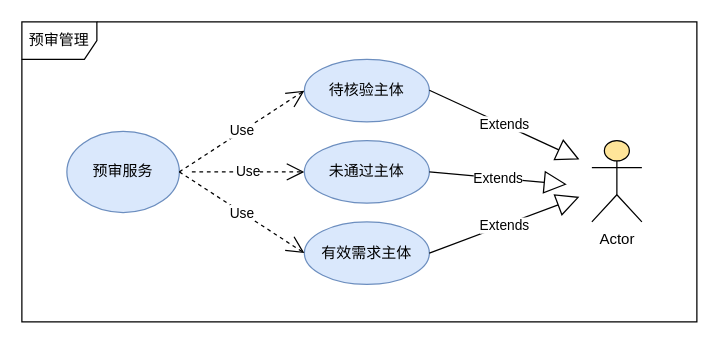
This is 预审管理.drawio from dancheng0/DrawioRepo, a draw.io file, before an edit. Source tidied: cells renumbered, new cells numbered last; positions are measured from the earlier drawing's top-left corner, leaving out a move shared by most shapes. Both pictures are drawn from the tidied source at 125%, with x=0, y=0 at pixel (21, 21).
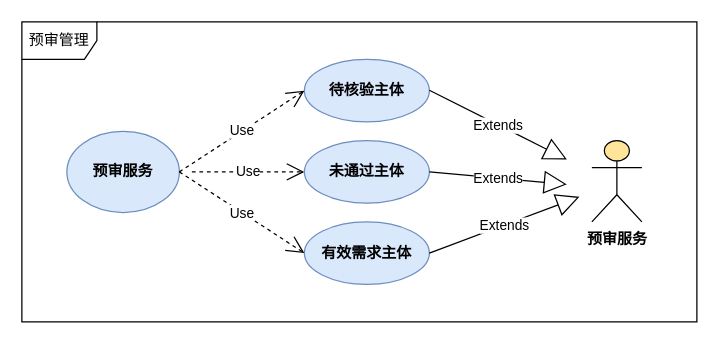
The same diagram, later.

Commit message (it also covers changes not shown here):
更新预审管理.drawio

Change to the diagram source:
```diff
@@
 <mxGraphModel>
   <root>
     <mxCell id="0" />
     <mxCell id="1" parent="0" />
     <mxCell id="2" value="预审管理" style="shape=umlFrame;whiteSpace=wrap;html=1;gradientColor=none;" parent="1" vertex="1">
       <mxGeometry width="540" height="240" as="geometry" />
     </mxCell>
-    <mxCell id="3" value="预审服务" style="ellipse;whiteSpace=wrap;html=1;fillColor=#dae8fc;strokeColor=#6c8ebf;" parent="1" vertex="1">
+    <mxCell id="3" value="&lt;b&gt;预审服务&lt;/b&gt;" style="ellipse;whiteSpace=wrap;html=1;fillColor=#dae8fc;strokeColor=#6c8ebf;" parent="1" vertex="1">
       <mxGeometry x="36" y="87.5" width="90" height="65" as="geometry" />
     </mxCell>
     <mxCell id="4" value="Use" style="endArrow=open;endSize=12;dashed=1;html=1;rounded=0;" parent="1" edge="1">
       <mxGeometry relative="1" as="geometry">
         <mxPoint x="136" y="120" as="sourcePoint" />
         <mxPoint x="226" y="120" as="targetPoint" />
       </mxGeometry>
     </mxCell>
-    <mxCell id="5" value="待核验主体" style="ellipse;whiteSpace=wrap;html=1;fillColor=#dae8fc;strokeColor=#6c8ebf;" parent="1" vertex="1">
+    <mxCell id="5" value="&lt;b&gt;待核验主体&lt;/b&gt;" style="ellipse;whiteSpace=wrap;html=1;fillColor=#dae8fc;strokeColor=#6c8ebf;" parent="1" vertex="1">
       <mxGeometry x="226" y="30" width="100" height="50" as="geometry" />
     </mxCell>
     <mxCell id="6" value="Use" style="endArrow=open;endSize=12;dashed=1;html=1;rounded=0;entryX=0;entryY=0.5;entryDx=0;entryDy=0;exitX=1;exitY=0.5;exitDx=0;exitDy=0;" parent="1" edge="1" source="3" target="5">
       <mxGeometry relative="1" as="geometry" />
     </mxCell>
-    <mxCell id="7" value="未通过主体" style="ellipse;whiteSpace=wrap;html=1;fillColor=#dae8fc;strokeColor=#6c8ebf;" parent="1" vertex="1">
+    <mxCell id="7" value="&lt;b&gt;未通过主体&lt;/b&gt;" style="ellipse;whiteSpace=wrap;html=1;fillColor=#dae8fc;strokeColor=#6c8ebf;" parent="1" vertex="1">
       <mxGeometry x="226" y="95" width="100" height="50" as="geometry" />
     </mxCell>
-    <mxCell id="8" value="有效需求主体" style="ellipse;whiteSpace=wrap;html=1;fillColor=#dae8fc;strokeColor=#6c8ebf;" parent="1" vertex="1">
+    <mxCell id="8" value="&lt;b&gt;有效需求主体&lt;/b&gt;" style="ellipse;whiteSpace=wrap;html=1;fillColor=#dae8fc;strokeColor=#6c8ebf;" parent="1" vertex="1">
       <mxGeometry x="226" y="160" width="100" height="50" as="geometry" />
     </mxCell>
     <mxCell id="9" value="Use" style="endArrow=open;endSize=12;dashed=1;html=1;rounded=0;exitX=1;exitY=0.5;exitDx=0;exitDy=0;entryX=0;entryY=0.5;entryDx=0;entryDy=0;" parent="1" edge="1" source="3" target="8">
       <mxGeometry relative="1" as="geometry" />
     </mxCell>
-    <mxCell id="10" value="Actor" style="shape=umlActor;verticalLabelPosition=bottom;verticalAlign=top;html=1;strokeColor=#000000;fillColor=#FFE599;gradientColor=none;gradientDirection=east;" parent="1" vertex="1">
+    <mxCell id="10" value="&lt;b&gt;预审服务&lt;br&gt;&lt;/b&gt;" style="shape=umlActor;verticalLabelPosition=bottom;verticalAlign=top;html=1;strokeColor=#000000;fillColor=#FFE599;gradientColor=none;gradientDirection=east;" parent="1" vertex="1">
       <mxGeometry x="456" y="95" width="40" height="65" as="geometry" />
     </mxCell>
     <mxCell id="11" value="Extends" style="endArrow=block;endSize=16;endFill=0;html=1;rounded=0;" parent="1" edge="1">
       <mxGeometry relative="1" as="geometry">
         <mxPoint x="326" y="54.7" as="sourcePoint" />
-        <mxPoint x="446" y="110" as="targetPoint" />
+        <mxPoint x="436" y="110" as="targetPoint" />
       </mxGeometry>
     </mxCell>
     <mxCell id="12" value="Extends" style="endArrow=block;endSize=16;endFill=0;html=1;rounded=0;exitX=1;exitY=0.5;exitDx=0;exitDy=0;" parent="1" edge="1" source="7">
       <mxGeometry relative="1" as="geometry">
         <mxPoint x="436" y="130" as="targetPoint" />
       </mxGeometry>
     </mxCell>
     <mxCell id="13" value="Extends" style="endArrow=block;endSize=16;endFill=0;html=1;rounded=0;exitX=1;exitY=0.5;exitDx=0;exitDy=0;" parent="1" edge="1" source="8">
       <mxGeometry relative="1" as="geometry">
         <mxPoint x="446" y="140" as="targetPoint" />
       </mxGeometry>
     </mxCell>
   </root>
 </mxGraphModel>
```
